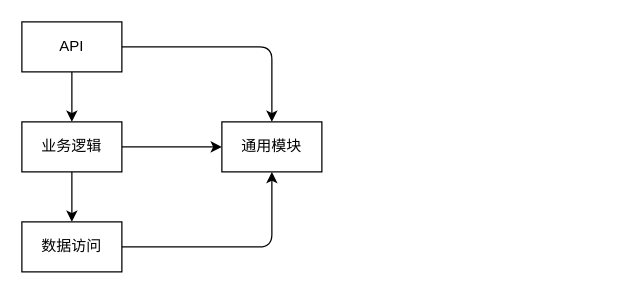
This is Software/分层模式示例.drawio from noobwu/diagrams, a draw.io file, before an edit. Source tidied: cells renumbered, new cells numbered last; positions are measured from the earlier drawing's top-left corner, leaving out a move shared by most shapes. Both pictures are drawn from the tidied source at 125%, with x=0, y=0 at pixel (21, 21).
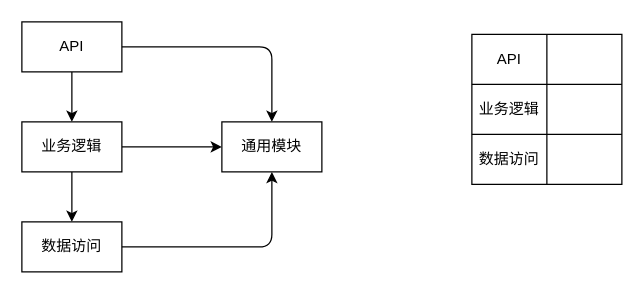
After the change.

Commit message (it also covers changes not shown here):
Update 分层模式示例.drawio

Diff of the diagram source:
```diff
@@
+    <mxCell id="11" style="shape=table;html=1;whiteSpace=wrap;startSize=0;childLayout=tableLayout;" parent="1" vertex="1">
+      <mxGeometry x="360" y="10" width="120" height="120" as="geometry" />
+    </mxCell>
+    <mxCell id="12" style="shape=partialRectangle;html=1;whiteSpace=wrap;fillColor=none;top=0;left=0;bottom=0;right=0;" parent="11" vertex="1">
+      <mxGeometry width="120" height="40" as="geometry" />
+    </mxCell>
+    <mxCell id="13" value="API" style="shape=partialRectangle;html=1;whiteSpace=wrap;fillColor=none;top=0;left=0;bottom=0;right=0;overflow=hidden;" parent="12" vertex="1">
+      <mxGeometry width="60" height="40" as="geometry" />
+    </mxCell>
+    <mxCell id="14" style="shape=partialRectangle;html=1;whiteSpace=wrap;fillColor=none;top=0;left=0;bottom=0;right=0;overflow=hidden;" parent="12" vertex="1">
+      <mxGeometry x="60" width="60" height="40" as="geometry" />
+    </mxCell>
+    <mxCell id="15" style="shape=partialRectangle;html=1;whiteSpace=wrap;fillColor=none;top=0;left=0;bottom=0;right=0;" parent="11" vertex="1">
+      <mxGeometry y="40" width="120" height="40" as="geometry" />
+    </mxCell>
+    <mxCell id="16" value="业务逻辑" style="shape=partialRectangle;html=1;whiteSpace=wrap;fillColor=none;top=0;left=0;bottom=0;right=0;overflow=hidden;" parent="15" vertex="1">
+      <mxGeometry width="60" height="40" as="geometry" />
+    </mxCell>
+    <mxCell id="17" style="shape=partialRectangle;html=1;whiteSpace=wrap;fillColor=none;top=0;left=0;bottom=0;right=0;overflow=hidden;" parent="15" vertex="1">
+      <mxGeometry x="60" width="60" height="40" as="geometry" />
+    </mxCell>
+    <mxCell id="18" style="shape=partialRectangle;html=1;whiteSpace=wrap;fillColor=none;top=0;left=0;bottom=0;right=0;" parent="11" vertex="1">
+      <mxGeometry y="80" width="120" height="40" as="geometry" />
+    </mxCell>
+    <mxCell id="19" value="数据访问" style="shape=partialRectangle;html=1;whiteSpace=wrap;fillColor=none;top=0;left=0;bottom=0;right=0;overflow=hidden;" parent="18" vertex="1">
+      <mxGeometry width="60" height="40" as="geometry" />
+    </mxCell>
+    <mxCell id="20" style="shape=partialRectangle;html=1;whiteSpace=wrap;fillColor=none;top=0;left=0;bottom=0;right=0;overflow=hidden;" parent="18" vertex="1">
+      <mxGeometry x="60" width="60" height="40" as="geometry" />
+    </mxCell>
```
